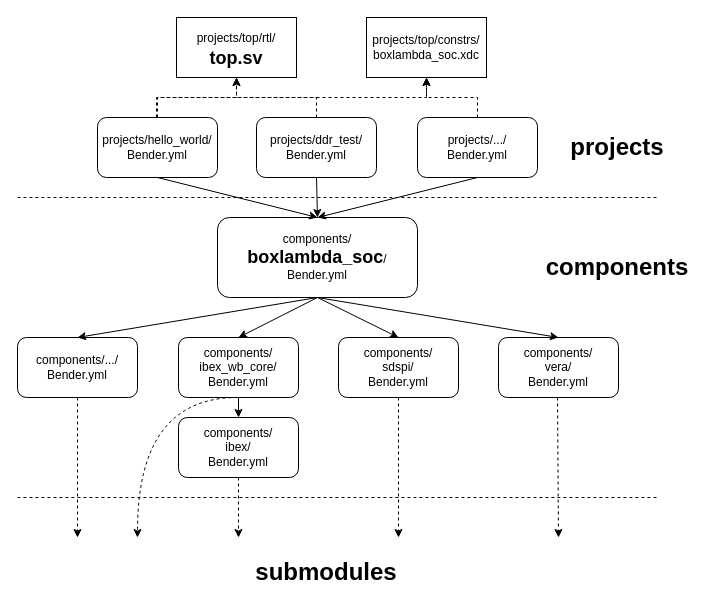
Above: docs/assets/BoxLambda_SoC_Component_Build_Diagram.drawio in epsilon537/boxlambda (draw.io), before the change. Source tidied: cells renumbered, new cells numbered last; positions are measured from the earlier drawing's top-left corner, leaving out a move shared by most shapes. Both pictures are drawn from the tidied source at 100%, with x=0, y=0 at pixel (17, 17).
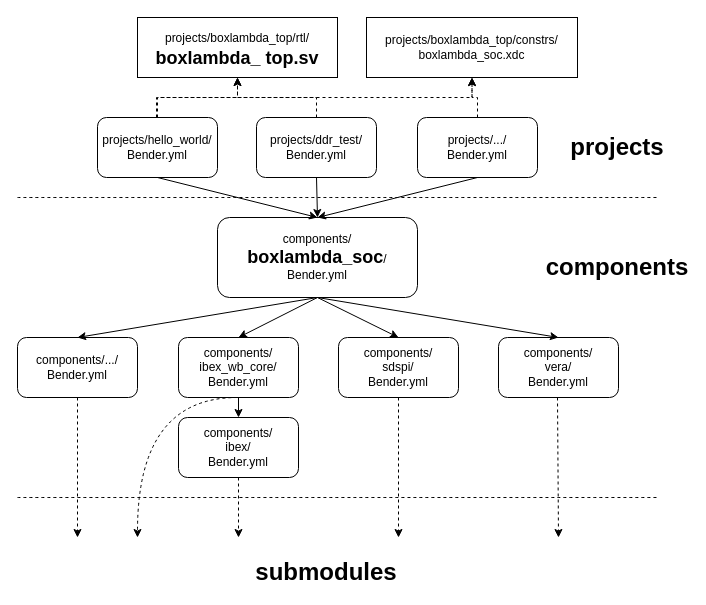
After the change.

Commit message (it also covers changes not shown here):
top->boxlambda_top and openocd cfg filename changes

Diff of the diagram source:
```diff
@@
-    <mxCell id="29" value="&lt;font style=&quot;font-size: 12px;&quot;&gt;projects/top/rtl/&lt;/font&gt;&lt;br&gt;&lt;b&gt;top.sv&lt;/b&gt;" style="rounded=0;whiteSpace=wrap;html=1;fontSize=18;" parent="1" vertex="1">
-      <mxGeometry x="159" width="120" height="60" as="geometry" />
+    <mxCell id="29" value="&lt;font style=&quot;font-size: 12px;&quot;&gt;projects/boxlambda_top/rtl/&lt;/font&gt;&lt;br&gt;&lt;b&gt;boxlambda_ top.sv&lt;/b&gt;" style="rounded=0;whiteSpace=wrap;html=1;fontSize=18;" parent="1" vertex="1">
+      <mxGeometry x="120" width="200" height="60" as="geometry" />
     </mxCell>
@@
-    <mxCell id="31" value="projects/top/constrs/&lt;br&gt;boxlambda_soc.xdc" style="rounded=0;whiteSpace=wrap;html=1;" parent="1" vertex="1">
-      <mxGeometry x="349" width="120" height="60" as="geometry" />
+    <mxCell id="31" value="projects/boxlambda_top/constrs/&lt;br&gt;boxlambda_soc.xdc" style="rounded=0;whiteSpace=wrap;html=1;" parent="1" vertex="1">
+      <mxGeometry x="349" width="211" height="60" as="geometry" />
     </mxCell>
     <mxCell id="32" style="endArrow=classic;html=1;rounded=0;dashed=1;entryX=0.5;entryY=1;entryDx=0;entryDy=0;edgeStyle=orthogonalEdgeStyle;" parent="1" edge="1" target="31">
       <mxGeometry relative="1" as="geometry">
         <mxPoint x="139" y="100" as="sourcePoint" />
         <Array as="points">
           <mxPoint x="139" y="80" />
-          <mxPoint x="409" y="80" />
+          <mxPoint x="455" y="80" />
         </Array>
       </mxGeometry>
     </mxCell>
```
